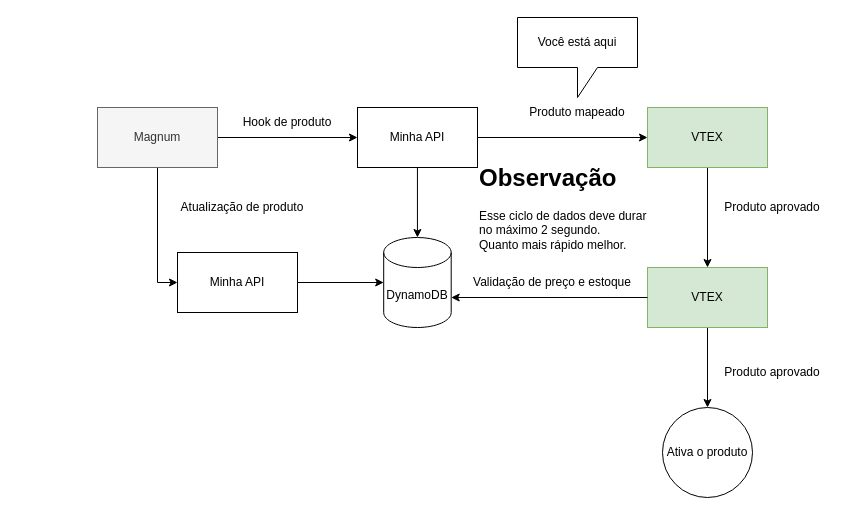
This is fluxo-tech-magnum.drawio from GustavoOliveira11/flowcharts, a draw.io file, before an edit. Source tidied: cells renumbered, new cells numbered last; positions are measured from the earlier drawing's top-left corner, leaving out a move shared by most shapes. Both pictures are drawn from the tidied source at 100%, with x=0, y=0 at pixel (97, 17).
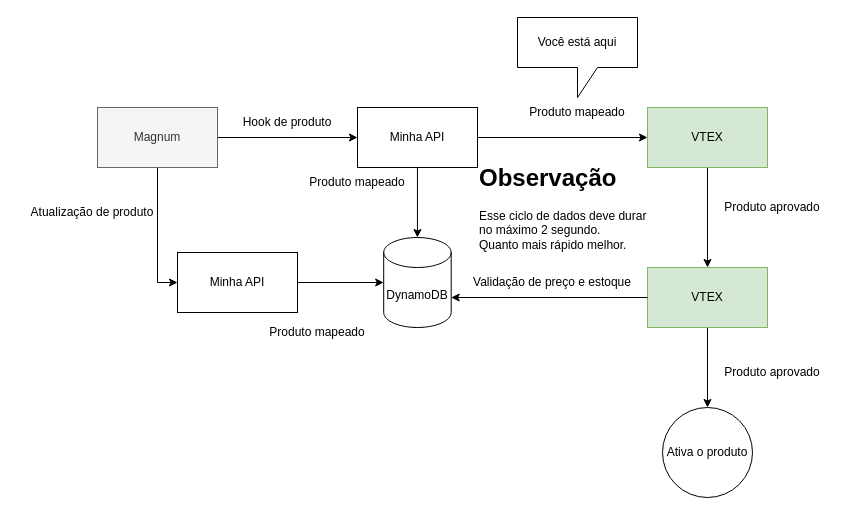
After the change.

Change to the diagram source:
```diff
@@
     <mxCell id="21" value="Atualização de produto" style="text;html=1;align=center;verticalAlign=middle;whiteSpace=wrap;rounded=0;" parent="1" vertex="1">
-      <mxGeometry x="70" y="175" width="150" height="30" as="geometry" />
+      <mxGeometry x="-80" y="180" width="150" height="30" as="geometry" />
     </mxCell>
@@
+    <mxCell id="25" value="Produto mapeado" style="text;html=1;align=center;verticalAlign=middle;whiteSpace=wrap;rounded=0;" parent="1" vertex="1">
+      <mxGeometry x="200" y="150" width="120" height="30" as="geometry" />
+    </mxCell>
+    <mxCell id="26" value="Produto mapeado" style="text;html=1;align=center;verticalAlign=middle;whiteSpace=wrap;rounded=0;" parent="1" vertex="1">
+      <mxGeometry x="160" y="300" width="120" height="30" as="geometry" />
+    </mxCell>
```
